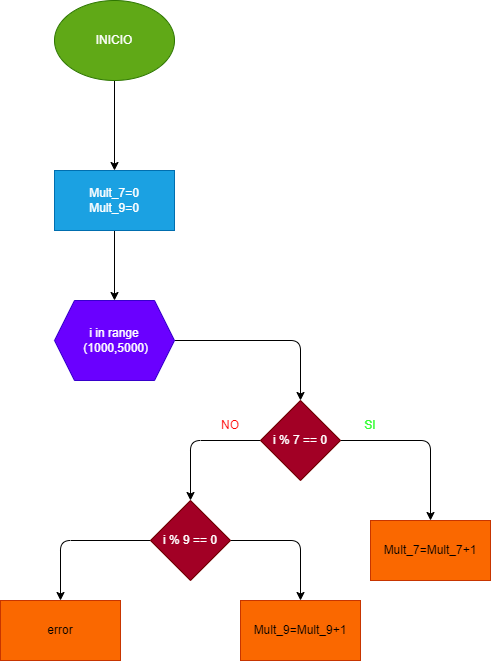
Earlier version of the draw.io export ejercicio-2/diagrama.png (Steeven117/Ejercicio-for). Source tidied: cells renumbered, new cells last; positions are measured from the earlier drawing's top-left corner, leaving out a move shared by most shapes.
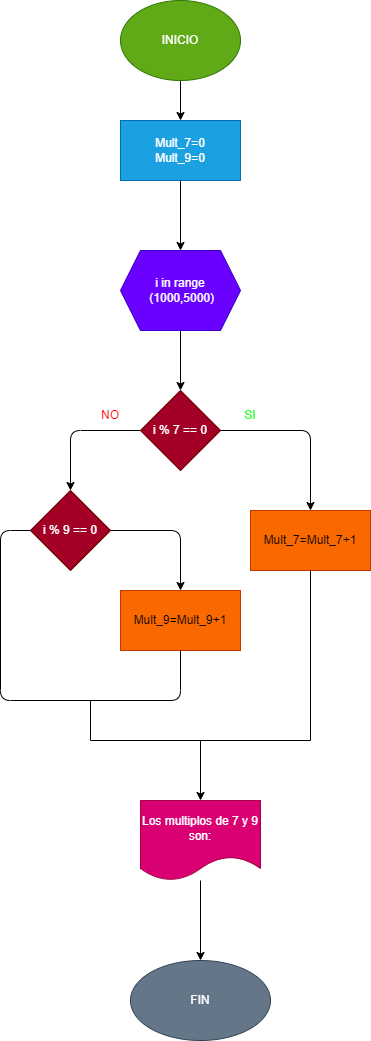
Later version of the same file.

What changed in the source:
```diff
@@ -6,23 +6,19 @@
       <mxGeometry relative="1" as="geometry" />
     </mxCell>
     <mxCell id="3" value="INICIO" style="ellipse;whiteSpace=wrap;html=1;fillColor=#60a917;fontColor=#ffffff;strokeColor=#2D7600;" parent="1" vertex="1">
-      <mxGeometry x="54" width="120" height="80" as="geometry" />
+      <mxGeometry x="240" y="10" width="120" height="80" as="geometry" />
     </mxCell>
     <mxCell id="4" style="edgeStyle=none;html=1;" parent="1" edge="1" source="5" target="7">
       <mxGeometry relative="1" as="geometry" />
     </mxCell>
     <mxCell id="5" value="Mult_7=0&lt;br&gt;Mult_9=0" style="whiteSpace=wrap;html=1;fillColor=#1ba1e2;fontColor=#ffffff;strokeColor=#006EAF;" parent="1" vertex="1">
-      <mxGeometry x="54" y="170" width="120" height="60" as="geometry" />
+      <mxGeometry x="240" y="130" width="120" height="60" as="geometry" />
     </mxCell>
-    <mxCell id="6" style="edgeStyle=none;html=1;" parent="1" edge="1" source="7" target="10">
-      <mxGeometry relative="1" as="geometry">
-        <Array as="points">
-          <mxPoint x="300" y="340" />
-        </Array>
-      </mxGeometry>
+    <mxCell id="6" style="edgeStyle=none;html=1;entryX=0.5;entryY=0;entryDx=0;entryDy=0;" parent="1" edge="1" source="7" target="10">
+      <mxGeometry relative="1" as="geometry" />
     </mxCell>
     <mxCell id="7" value="i in range&lt;br&gt;&amp;nbsp;(1000,5000)" style="shape=hexagon;perimeter=hexagonPerimeter2;whiteSpace=wrap;html=1;fixedSize=1;fillColor=#6a00ff;fontColor=#ffffff;strokeColor=#3700CC;" parent="1" vertex="1">
-      <mxGeometry x="54" y="300" width="120" height="80" as="geometry" />
+      <mxGeometry x="240" y="260" width="120" height="80" as="geometry" />
     </mxCell>
     <mxCell id="8" style="edgeStyle=none;html=1;" parent="1" edge="1" source="10" target="11">
       <mxGeometry relative="1" as="geometry">
@@ -51,27 +47,57 @@
         </Array>
       </mxGeometry>
     </mxCell>
-    <mxCell id="13" style="edgeStyle=none;html=1;" parent="1" edge="1" source="14" target="16">
-      <mxGeometry relative="1" as="geometry">
-        <Array as="points">
-          <mxPoint x="60" y="540" />
-        </Array>
-      </mxGeometry>
-    </mxCell>
     <mxCell id="14" value="i % 9 == 0" style="rhombus;whiteSpace=wrap;html=1;fillColor=#a20025;fontColor=#ffffff;strokeColor=#6F0000;" parent="1" vertex="1">
       <mxGeometry x="150" y="500" width="80" height="80" as="geometry" />
     </mxCell>
     <mxCell id="15" value="Mult_9=Mult_9+1" style="whiteSpace=wrap;html=1;fillColor=#fa6800;fontColor=#000000;strokeColor=#C73500;" parent="1" vertex="1">
       <mxGeometry x="240" y="600" width="120" height="60" as="geometry" />
     </mxCell>
-    <mxCell id="16" value="error" style="whiteSpace=wrap;html=1;fillColor=#fa6800;fontColor=#000000;strokeColor=#C73500;" parent="1" vertex="1">
-      <mxGeometry y="600" width="120" height="60" as="geometry" />
-    </mxCell>
     <mxCell id="17" value="&lt;font color=&quot;#33ff33&quot;&gt;SI&lt;/font&gt;" style="text;html=1;strokeColor=none;fillColor=none;align=center;verticalAlign=middle;whiteSpace=wrap;rounded=0;" parent="1" vertex="1">
       <mxGeometry x="340" y="410" width="60" height="30" as="geometry" />
     </mxCell>
     <mxCell id="18" value="&lt;font color=&quot;#ff0000&quot;&gt;NO&lt;/font&gt;" style="text;html=1;strokeColor=none;fillColor=none;align=center;verticalAlign=middle;whiteSpace=wrap;rounded=0;" parent="1" vertex="1">
       <mxGeometry x="200" y="410" width="60" height="30" as="geometry" />
     </mxCell>
+    <mxCell id="19" style="endArrow=none;html=1;entryX=0;entryY=0.5;entryDx=0;entryDy=0;exitX=0.5;exitY=1;exitDx=0;exitDy=0;" parent="1" edge="1" source="15" target="14">
+      <mxGeometry relative="1" as="geometry">
+        <Array as="points">
+          <mxPoint x="300" y="710" />
+          <mxPoint x="120" y="710" />
+          <mxPoint x="120" y="540" />
+        </Array>
+      </mxGeometry>
+    </mxCell>
+    <mxCell id="20" style="endArrow=none;html=1;" parent="1" edge="1">
+      <mxGeometry relative="1" as="geometry">
+        <mxPoint x="210" y="710" as="sourcePoint" />
+        <mxPoint x="210" y="750" as="targetPoint" />
+      </mxGeometry>
+    </mxCell>
+    <mxCell id="21" style="endArrow=none;html=1;entryX=0.5;entryY=1;entryDx=0;entryDy=0;" parent="1" edge="1" target="11">
+      <mxGeometry relative="1" as="geometry">
+        <mxPoint x="430" y="750" as="sourcePoint" />
+      </mxGeometry>
+    </mxCell>
+    <mxCell id="22" style="endArrow=none;html=1;" parent="1" edge="1">
+      <mxGeometry relative="1" as="geometry">
+        <mxPoint x="210" y="750" as="sourcePoint" />
+        <mxPoint x="430" y="750" as="targetPoint" />
+      </mxGeometry>
+    </mxCell>
+    <mxCell id="23" style="endArrow=classic;html=1;entryX=0.5;entryY=0;entryDx=0;entryDy=0;" parent="1" edge="1" target="25">
+      <mxGeometry relative="1" as="geometry">
+        <mxPoint x="320" y="750" as="sourcePoint" />
+      </mxGeometry>
+    </mxCell>
+    <mxCell id="24" style="edgeStyle=none;html=1;" parent="1" edge="1" source="25" target="26">
+      <mxGeometry relative="1" as="geometry" />
+    </mxCell>
+    <mxCell id="25" value="Los multiplos de 7 y 9 son:" style="shape=document;whiteSpace=wrap;html=1;boundedLbl=1;fillColor=#d80073;fontColor=#ffffff;strokeColor=#A50040;" parent="1" vertex="1">
+      <mxGeometry x="260" y="810" width="120" height="80" as="geometry" />
+    </mxCell>
+    <mxCell id="26" value="FIN" style="ellipse;whiteSpace=wrap;html=1;fillColor=#647687;strokeColor=#314354;fontColor=#ffffff;" parent="1" vertex="1">
+      <mxGeometry x="250" y="970" width="140" height="80" as="geometry" />
+    </mxCell>
   </root>
 </mxGraphModel>
```
